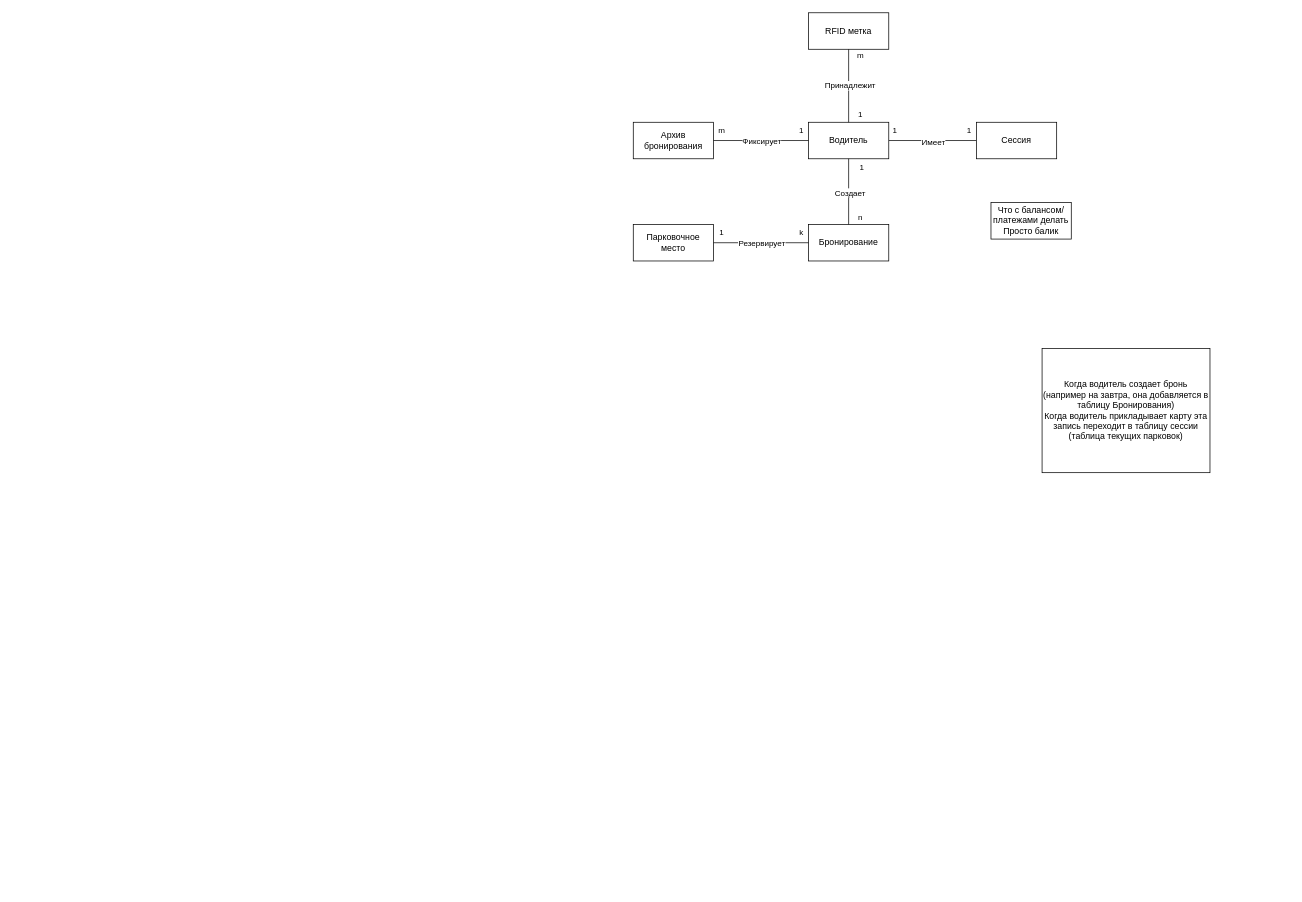
Before: page "DB koncept" (3 of 3) of docs/Architecture.drawio in N1SSLA/smart-parking, a draw.io diagram. Source tidied: cells renumbered, new cells numbered last; positions are measured from the earlier drawing's top-left corner, leaving out a move shared by most shapes. Both pictures are drawn from the tidied source at 73%, with x=0, y=0 at pixel (633, 12).
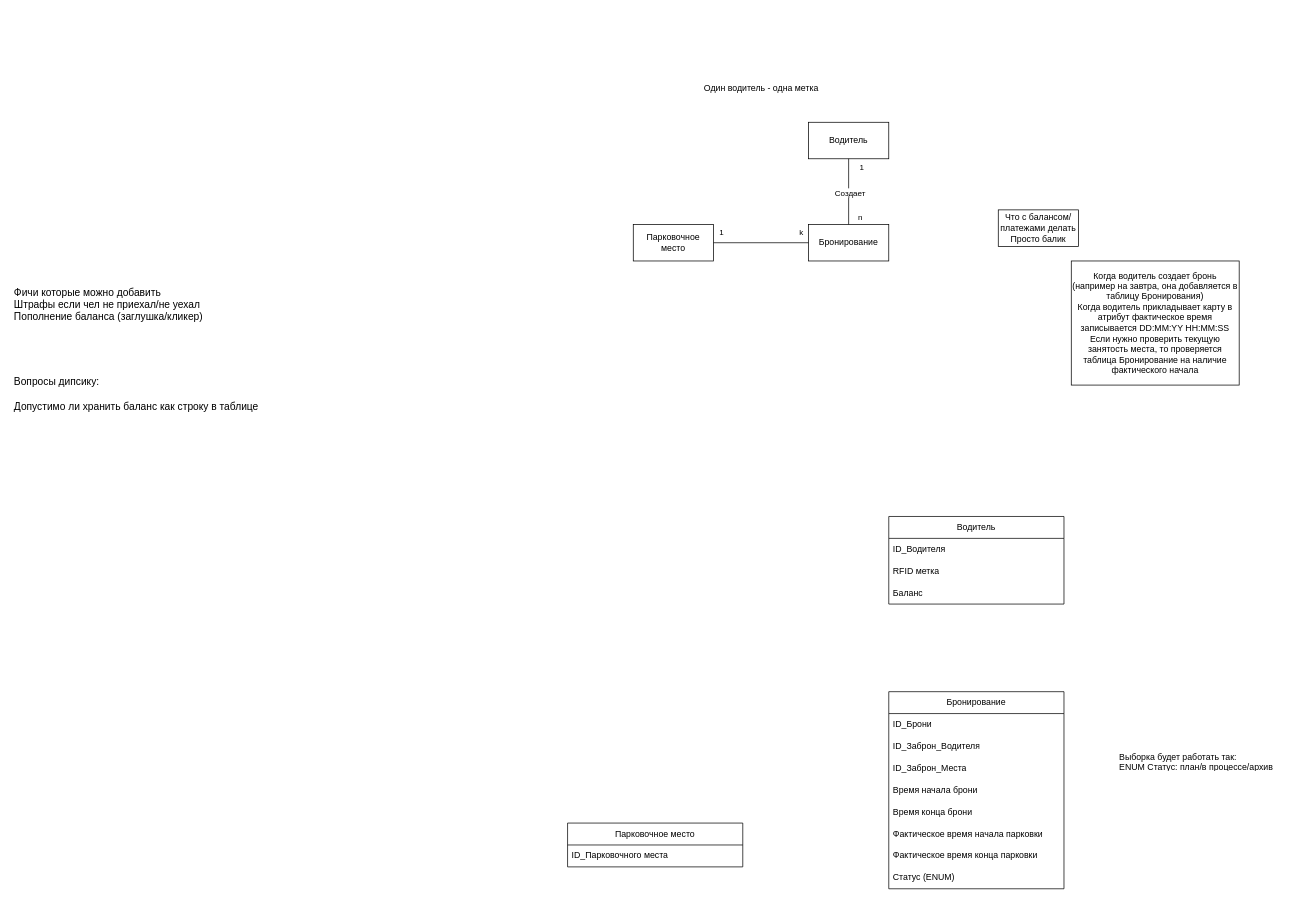
Above is the later version.

Unchanged cells that the change refers to:
```xml
<mxCell id="6" value="Водитель" style="html=1;whiteSpace=wrap;" parent="1" vertex="1">
  <mxGeometry x="240" y="150" width="110" height="50" as="geometry" />
</mxCell>
<mxCell id="24" style="endArrow=none;html=1;rounded=0;exitX=0;exitY=0.5;exitDx=0;exitDy=0;entryX=1;entryY=0.5;entryDx=0;entryDy=0;" parent="1" edge="1" source="8" target="7">
  <mxGeometry relative="1" as="geometry" />
</mxCell>
```

Change to the diagram source:
```diff
@@
-    <mxCell id="2" style="edgeStyle=orthogonalEdgeStyle;rounded=0;jettySize=auto;html=1;endArrow=none;startFill=0;" parent="1" edge="1" source="6" target="29">
-      <mxGeometry relative="1" as="geometry" />
-    </mxCell>
-    <mxCell id="3" value="1" style="edgeLabel;html=1;align=center;verticalAlign=middle;" parent="2" vertex="1">
-      <mxGeometry x="-0.88" y="2" relative="1" as="geometry">
-        <mxPoint y="-13" as="offset" />
-      </mxGeometry>
-    </mxCell>
-    <mxCell id="4" value="1" style="edgeLabel;html=1;align=center;verticalAlign=middle;" parent="2" vertex="1">
-      <mxGeometry x="0.82" relative="1" as="geometry">
-        <mxPoint y="-15" as="offset" />
-      </mxGeometry>
-    </mxCell>
-    <mxCell id="5" value="Имеет" style="edgeLabel;html=1;align=center;verticalAlign=middle;" parent="2" vertex="1">
-      <mxGeometry x="-0.17" y="-2" relative="1" as="geometry">
-        <mxPoint x="10" as="offset" />
-      </mxGeometry>
-    </mxCell>
@@
-    <mxCell id="9" value="Архив бронирования" style="html=1;whiteSpace=wrap;" parent="1" vertex="1">
-      <mxGeometry y="150" width="110" height="50" as="geometry" />
-    </mxCell>
-    <mxCell id="10" value="RFID метка" style="html=1;whiteSpace=wrap;" parent="1" vertex="1">
-      <mxGeometry x="240" width="110" height="50" as="geometry" />
-    </mxCell>
     <mxCell id="11" value="Что с балансом/платежами делать&lt;div&gt;Просто балик&lt;/div&gt;" style="html=1;whiteSpace=wrap;" parent="1" vertex="1">
-      <mxGeometry x="490" y="260" width="110" height="50" as="geometry" />
+      <mxGeometry x="500" y="270" width="110" height="50" as="geometry" />
     </mxCell>
-    <mxCell id="12" style="endArrow=none;html=1;rounded=0;exitX=0.5;exitY=0;exitDx=0;exitDy=0;entryX=0.5;entryY=1;entryDx=0;entryDy=0;" parent="1" edge="1" source="6" target="10">
-      <mxGeometry relative="1" as="geometry" />
-    </mxCell>
-    <mxCell id="13" value="Принадлежит" style="edgeLabel;html=1;align=center;verticalAlign=middle;" parent="12" vertex="1">
-      <mxGeometry x="0.02" relative="1" as="geometry">
-        <mxPoint x="1" as="offset" />
-      </mxGeometry>
-    </mxCell>
-    <mxCell id="14" value="1" style="edgeLabel;html=1;align=center;verticalAlign=middle;" parent="12" vertex="1">
-      <mxGeometry x="-0.76" y="1" relative="1" as="geometry">
-        <mxPoint x="16" as="offset" />
-      </mxGeometry>
-    </mxCell>
-    <mxCell id="15" value="m" style="edgeLabel;html=1;align=center;verticalAlign=middle;" parent="12" vertex="1">
-      <mxGeometry x="0.83" relative="1" as="geometry">
-        <mxPoint x="15" as="offset" />
-      </mxGeometry>
-    </mxCell>
@@
-    <mxCell id="20" style="endArrow=none;html=1;rounded=0;exitX=0;exitY=0.5;exitDx=0;exitDy=0;entryX=1;entryY=0.5;entryDx=0;entryDy=0;" parent="1" edge="1" source="6" target="9">
-      <mxGeometry relative="1" as="geometry" />
-    </mxCell>
-    <mxCell id="21" value="Фиксирует" style="edgeLabel;html=1;align=center;verticalAlign=middle;" parent="20" vertex="1">
-      <mxGeometry x="0.02" relative="1" as="geometry">
-        <mxPoint x="1" as="offset" />
-      </mxGeometry>
-    </mxCell>
-    <mxCell id="22" value="1" style="edgeLabel;html=1;align=center;verticalAlign=middle;" parent="20" vertex="1">
-      <mxGeometry x="-0.76" y="1" relative="1" as="geometry">
-        <mxPoint x="5" y="-16" as="offset" />
-      </mxGeometry>
-    </mxCell>
-    <mxCell id="23" value="m" style="edgeLabel;html=1;align=center;verticalAlign=middle;" parent="20" vertex="1">
-      <mxGeometry x="0.83" relative="1" as="geometry">
-        <mxPoint x="-1" y="-15" as="offset" />
-      </mxGeometry>
-    </mxCell>
@@
-    <mxCell id="25" value="Резервирует" style="edgeLabel;html=1;align=center;verticalAlign=middle;" parent="24" vertex="1">
-      <mxGeometry x="0.02" relative="1" as="geometry">
-        <mxPoint x="1" as="offset" />
-      </mxGeometry>
-    </mxCell>
@@
-    <mxCell id="28" value="Когда водитель создает бронь (например на завтра, она добавляется в таблицу Бронирования)&lt;div&gt;Когда водитель прикладывает карту эта запись переходит в таблицу сессии (таблица текущих парковок)&lt;/div&gt;" style="html=1;whiteSpace=wrap;" parent="1" vertex="1">
-      <mxGeometry x="560" y="460" width="230" height="170" as="geometry" />
+    <mxCell id="28" value="Когда водитель создает бронь (например на завтра, она добавляется в таблицу Бронирования)&lt;div&gt;Когда водитель прикладывает карту в атрибут фактическое время записывается DD:MM:YY HH:MM:SS&lt;/div&gt;&lt;div&gt;Если нужно проверить текущую занятость места, то проверяется таблица Бронирование на наличие фактического начала&lt;/div&gt;" style="html=1;whiteSpace=wrap;" parent="1" vertex="1">
+      <mxGeometry x="600" y="340" width="230" height="170" as="geometry" />
     </mxCell>
-    <mxCell id="29" value="Сессия" style="html=1;whiteSpace=wrap;" parent="1" vertex="1">
-      <mxGeometry x="470" y="150" width="110" height="50" as="geometry" />
-    </mxCell>
+    <mxCell id="30" value="Вопросы дипсику:&lt;br&gt;&lt;div&gt;&lt;br&gt;&lt;/div&gt;&lt;div&gt;Допустимо ли хранить баланс как строку в таблице&amp;nbsp;&lt;/div&gt;&lt;div&gt;&lt;br&gt;&lt;/div&gt;" style="text;html=1;align=left;verticalAlign=middle;strokeColor=none;fillColor=none;fontSize=14;" parent="1" vertex="1">
+      <mxGeometry x="-850" y="490" width="360" height="80" as="geometry" />
+    </mxCell>
+    <mxCell id="31" value="Один водитель - одна метка" style="text;html=1;align=center;verticalAlign=middle;strokeColor=none;fillColor=none;" parent="1" vertex="1">
+      <mxGeometry x="85" y="88" width="180" height="30" as="geometry" />
+    </mxCell>
+    <mxCell id="32" value="Фичи которые можно добавить&lt;div&gt;Штрафы если чел не приехал/не уехал&lt;/div&gt;&lt;div&gt;Пополнение баланса (заглушка/кликер)&lt;/div&gt;" style="text;html=1;align=left;verticalAlign=middle;strokeColor=none;fillColor=none;fontSize=14;" parent="1" vertex="1">
+      <mxGeometry x="-850" y="370" width="280" height="60" as="geometry" />
+    </mxCell>
+    <mxCell id="33" value="Водитель" style="swimlane;fontStyle=0;horizontal=1;startSize=30;whiteSpace=wrap;html=1;" parent="1" vertex="1">
+      <mxGeometry x="350" y="690" width="240" height="120" as="geometry" />
+    </mxCell>
+    <mxCell id="34" value="ID_Водителя" style="text;strokeColor=none;fillColor=none;align=left;verticalAlign=middle;spacingLeft=4;spacingRight=4;overflow=hidden;whiteSpace=wrap;html=1;" parent="33" vertex="1">
+      <mxGeometry y="30" width="240" height="30" as="geometry" />
+    </mxCell>
+    <mxCell id="10" value="RFID метка" style="text;strokeColor=none;fillColor=none;align=left;verticalAlign=middle;spacingLeft=4;spacingRight=4;overflow=hidden;points=[[0,0.5],[1,0.5]];portConstraint=eastwest;whiteSpace=wrap;html=1;" parent="33" vertex="1">
+      <mxGeometry y="60" width="240" height="30" as="geometry" />
+    </mxCell>
+    <mxCell id="35" value="Баланс" style="text;strokeColor=none;fillColor=none;align=left;verticalAlign=middle;spacingLeft=4;spacingRight=4;overflow=hidden;whiteSpace=wrap;html=1;" parent="33" vertex="1">
+      <mxGeometry y="90" width="240" height="30" as="geometry" />
+    </mxCell>
+    <mxCell id="36" value="Бронирование" style="swimlane;fontStyle=0;horizontal=1;startSize=30;whiteSpace=wrap;html=1;" parent="1" vertex="1">
+      <mxGeometry x="350" y="930" width="240" height="270" as="geometry" />
+    </mxCell>
+    <mxCell id="37" value="ID_Брони" style="text;strokeColor=none;fillColor=none;align=left;verticalAlign=middle;spacingLeft=4;spacingRight=4;overflow=hidden;whiteSpace=wrap;html=1;" parent="36" vertex="1">
+      <mxGeometry y="30" width="240" height="30" as="geometry" />
+    </mxCell>
+    <mxCell id="38" value="ID_Заброн_Водителя" style="text;strokeColor=none;fillColor=none;align=left;verticalAlign=middle;spacingLeft=4;spacingRight=4;overflow=hidden;whiteSpace=wrap;html=1;" parent="36" vertex="1">
+      <mxGeometry y="60" width="240" height="30" as="geometry" />
+    </mxCell>
+    <mxCell id="39" value="ID_Заброн_Места" style="text;strokeColor=none;fillColor=none;align=left;verticalAlign=middle;spacingLeft=4;spacingRight=4;overflow=hidden;whiteSpace=wrap;html=1;" parent="36" vertex="1">
+      <mxGeometry y="90" width="240" height="30" as="geometry" />
+    </mxCell>
+    <mxCell id="40" value="Время начала брони" style="text;strokeColor=none;fillColor=none;align=left;verticalAlign=middle;spacingLeft=4;spacingRight=4;overflow=hidden;whiteSpace=wrap;html=1;" parent="36" vertex="1">
+      <mxGeometry y="120" width="240" height="30" as="geometry" />
+    </mxCell>
+    <mxCell id="41" value="Время конца брони" style="text;strokeColor=none;fillColor=none;align=left;verticalAlign=middle;spacingLeft=4;spacingRight=4;overflow=hidden;whiteSpace=wrap;html=1;" parent="36" vertex="1">
+      <mxGeometry y="150" width="240" height="30" as="geometry" />
+    </mxCell>
+    <mxCell id="42" value="Фактическое время начала парковки" style="text;strokeColor=none;fillColor=none;align=left;verticalAlign=middle;spacingLeft=4;spacingRight=4;overflow=hidden;whiteSpace=wrap;html=1;" parent="36" vertex="1">
+      <mxGeometry y="180" width="240" height="30" as="geometry" />
+    </mxCell>
+    <mxCell id="43" value="Фактическое время конца парковки" style="text;strokeColor=none;fillColor=none;align=left;verticalAlign=middle;spacingLeft=4;spacingRight=4;overflow=hidden;whiteSpace=wrap;html=1;" parent="36" vertex="1">
+      <mxGeometry y="210" width="240" height="30" as="geometry" />
+    </mxCell>
+    <mxCell id="44" value="Статус (ENUM)" style="text;strokeColor=none;fillColor=none;align=left;verticalAlign=middle;spacingLeft=4;spacingRight=4;overflow=hidden;whiteSpace=wrap;html=1;" parent="36" vertex="1">
+      <mxGeometry y="240" width="240" height="30" as="geometry" />
+    </mxCell>
+    <mxCell id="45" value="Парковочное место" style="swimlane;fontStyle=0;horizontal=1;startSize=30;whiteSpace=wrap;html=1;" parent="1" vertex="1">
+      <mxGeometry x="-90" y="1110" width="240" height="60" as="geometry" />
+    </mxCell>
+    <mxCell id="46" value="ID_Парковочного места" style="text;strokeColor=none;fillColor=none;align=left;verticalAlign=middle;spacingLeft=4;spacingRight=4;overflow=hidden;whiteSpace=wrap;html=1;" parent="45" vertex="1">
+      <mxGeometry y="30" width="240" height="30" as="geometry" />
+    </mxCell>
+    <mxCell id="47" value="Выборка будет работать так:&lt;br&gt;ENUM Статус: план/в процессе/архив" style="text;strokeColor=none;fillColor=none;align=left;verticalAlign=middle;spacingLeft=4;spacingRight=4;overflow=hidden;whiteSpace=wrap;html=1;" parent="1" vertex="1">
+      <mxGeometry x="660" y="1010" width="240" height="30" as="geometry" />
+    </mxCell>
```
